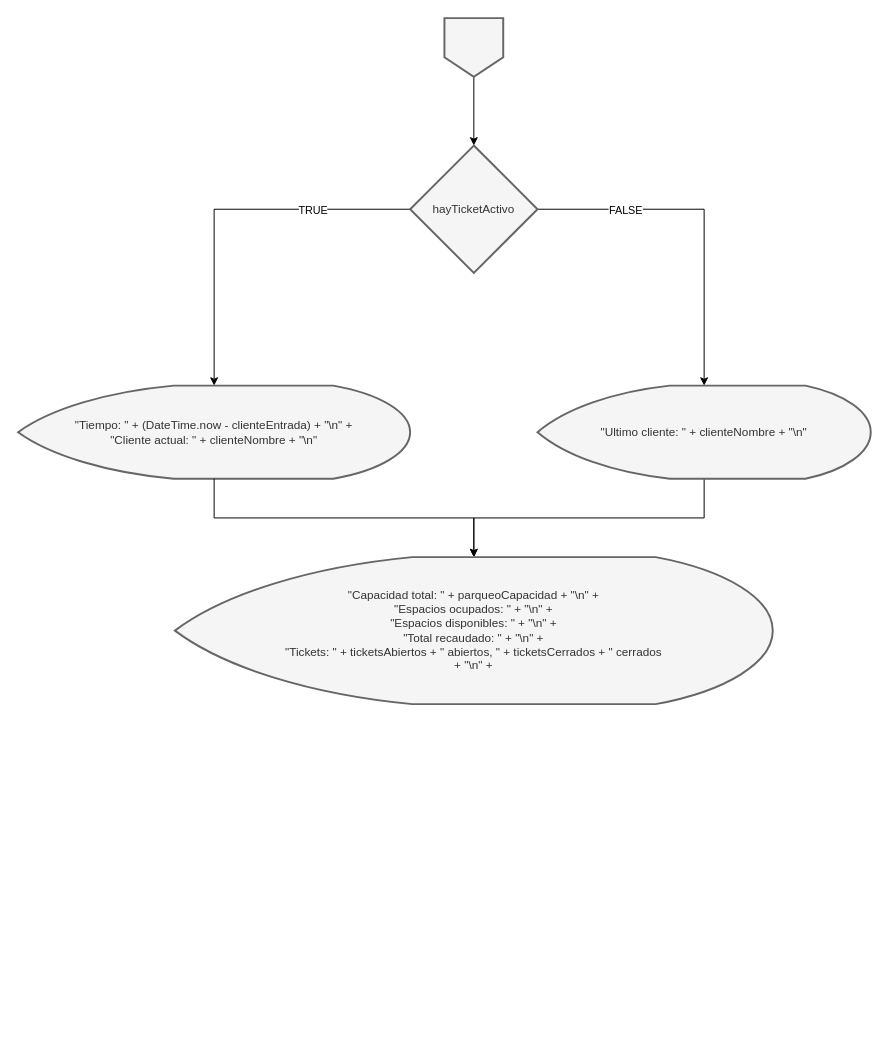
Earlier version of the draw.io diagram page "Mostrar Estado" (4 of 6) of docs/Graficos.drawio (xrmerida/SmartPark). Source tidied: cells renumbered, new cells numbered last; positions are measured from the earlier drawing's top-left corner, leaving out a move shared by most shapes. Both pictures are drawn from the tidied source at 98%, with x=0, y=0 at pixel (18, 18).
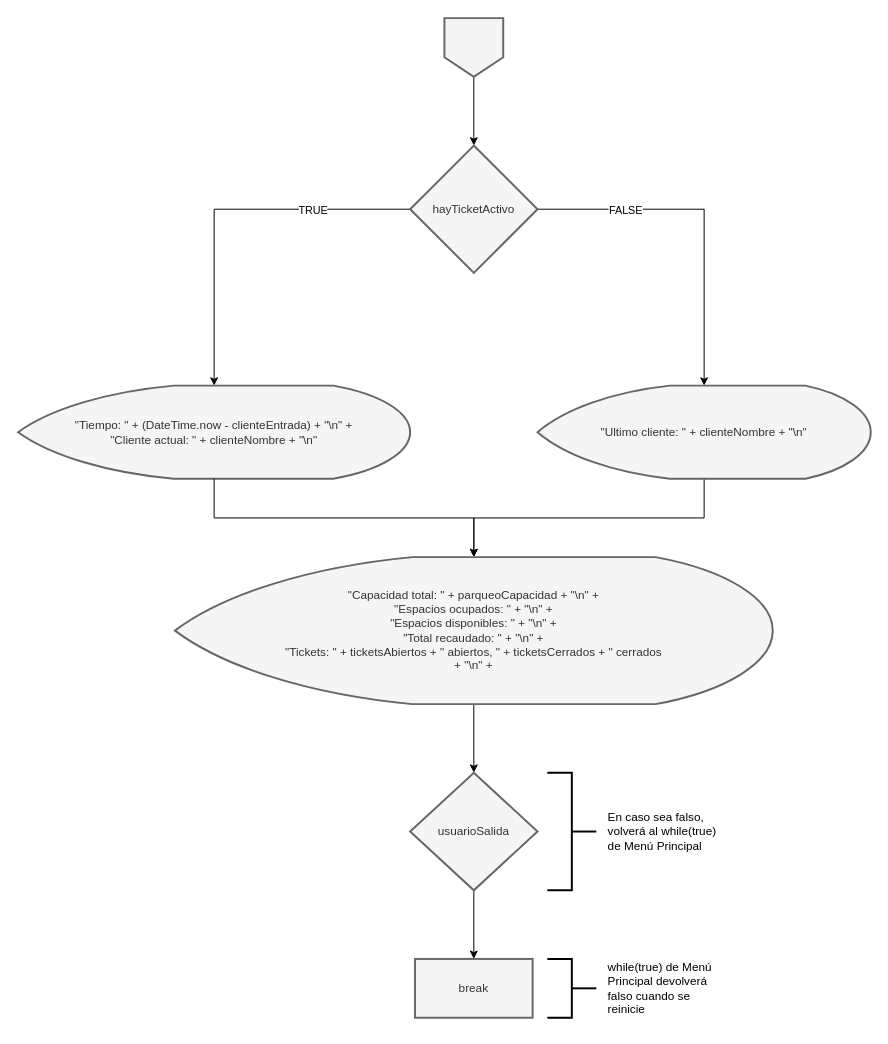
The same diagram, later.

Unchanged cells that the change refers to:
```xml
<mxCell id="12" value="&lt;div&gt;&quot;Capacidad total: &quot; + parqueoCapacidad + &quot;\n&quot; +&lt;/div&gt;&lt;div&gt;&quot;Espacios ocupados: &quot; + &quot;\n&quot; +&lt;/div&gt;&lt;div&gt;&quot;Espacios disponibles: &quot; + &quot;\n&quot; +&lt;/div&gt;&lt;div&gt;&quot;Total recaudado: &quot; + &quot;\n&quot; +&lt;/div&gt;&lt;div&gt;&quot;Tickets: &quot; + ticketsAbiertos + &quot; abiertos, &quot; + ticketsCerrados + &quot; cerrados&lt;/div&gt;&lt;div&gt; + &quot;\n&quot; +&lt;/div&gt;" style="strokeWidth=2;html=1;shape=mxgraph.flowchart.display;whiteSpace=wrap;fillColor=#f5f5f5;fontColor=#333333;strokeColor=#666666;verticalAlign=middle;labelPosition=center;verticalLabelPosition=middle;align=center;" parent="1" vertex="1">
  <mxGeometry x="160" y="550" width="610" height="150" as="geometry" />
</mxCell>
```

What changed in the source:
```diff
@@
+    <mxCell id="14" style="edgeStyle=orthogonalEdgeStyle;rounded=0;jettySize=auto;html=1;" parent="1" edge="1" source="12" target="16">
+      <mxGeometry relative="1" as="geometry" />
+    </mxCell>
@@
+    <mxCell id="15" style="edgeStyle=orthogonalEdgeStyle;rounded=0;jettySize=auto;html=1;" parent="1" edge="1" source="16" target="19">
+      <mxGeometry relative="1" as="geometry" />
+    </mxCell>
+    <mxCell id="16" value="usuarioSalida" style="strokeWidth=2;html=1;shape=mxgraph.flowchart.decision;whiteSpace=wrap;fillColor=#f5f5f5;fontColor=#333333;strokeColor=#666666;verticalAlign=middle;labelPosition=center;verticalLabelPosition=middle;align=center;" parent="1" vertex="1">
+      <mxGeometry x="400" y="770" width="130" height="120" as="geometry" />
+    </mxCell>
+    <mxCell id="17" style="strokeWidth=2;html=1;shape=mxgraph.flowchart.annotation_2;align=left;labelPosition=right;rotation=-180;" parent="1" vertex="1">
+      <mxGeometry x="540" y="770" width="50" height="120" as="geometry" />
+    </mxCell>
+    <mxCell id="18" value="En caso sea falso, volverá al while(true) de Menú Principal" style="text;html=1;whiteSpace=wrap;strokeColor=none;fillColor=none;align=left;verticalAlign=middle;rounded=0;" parent="1" vertex="1">
+      <mxGeometry x="600" y="770" width="120" height="120" as="geometry" />
+    </mxCell>
+    <mxCell id="19" value="break" style="rounded=0;whiteSpace=wrap;html=1;fillColor=#f5f5f5;fontColor=#333333;strokeColor=#666666;strokeWidth=2;verticalAlign=middle;labelPosition=center;verticalLabelPosition=middle;align=center;" parent="1" vertex="1">
+      <mxGeometry x="405" y="960" width="120" height="60" as="geometry" />
+    </mxCell>
+    <mxCell id="20" style="strokeWidth=2;html=1;shape=mxgraph.flowchart.annotation_2;align=left;labelPosition=right;rotation=-180;" parent="1" vertex="1">
+      <mxGeometry x="540" y="960" width="50" height="60" as="geometry" />
+    </mxCell>
+    <mxCell id="21" value="while(true) de Menú Principal devolverá falso cuando se reinicie" style="text;html=1;whiteSpace=wrap;strokeColor=none;fillColor=none;align=left;verticalAlign=middle;rounded=0;" parent="1" vertex="1">
+      <mxGeometry x="600" y="950" width="120" height="80" as="geometry" />
+    </mxCell>
```
